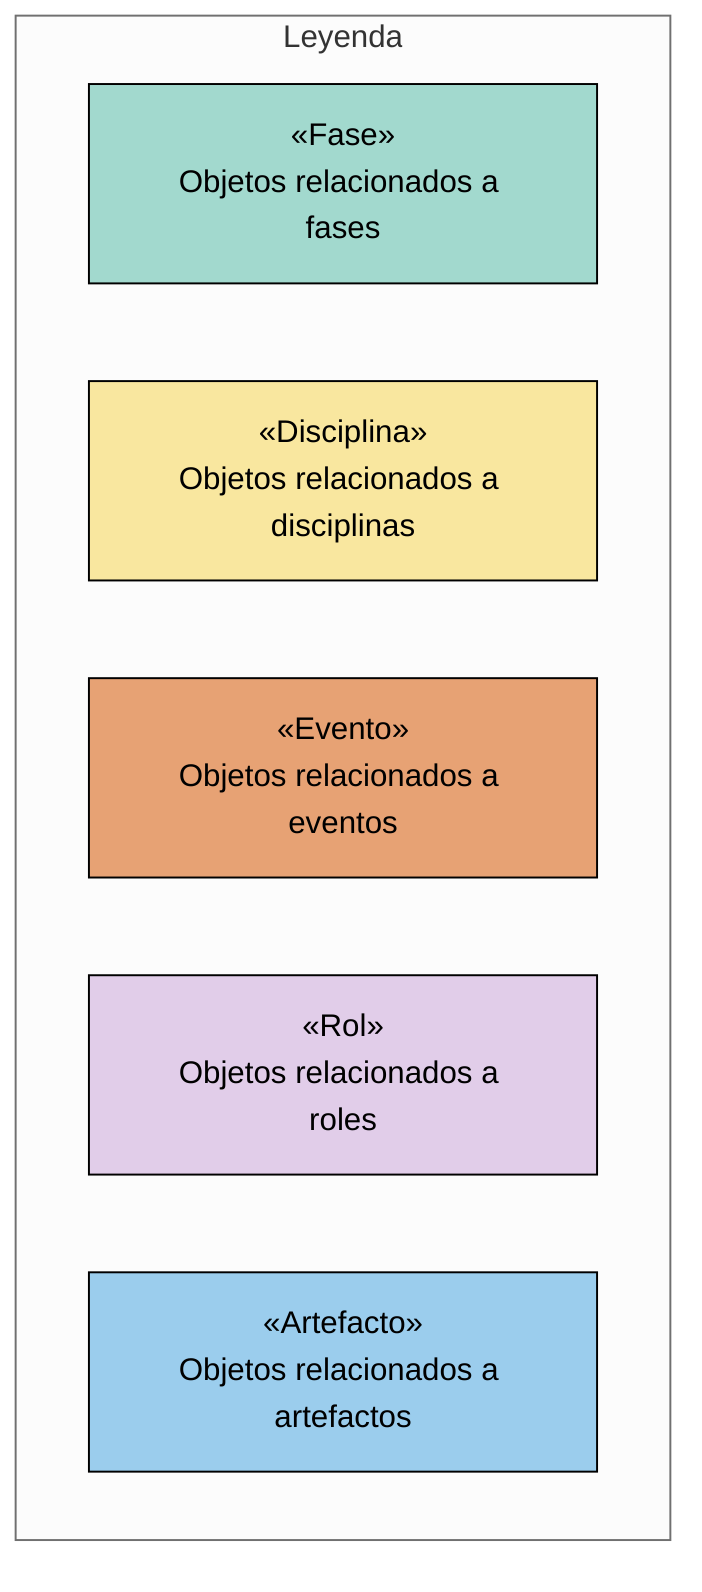
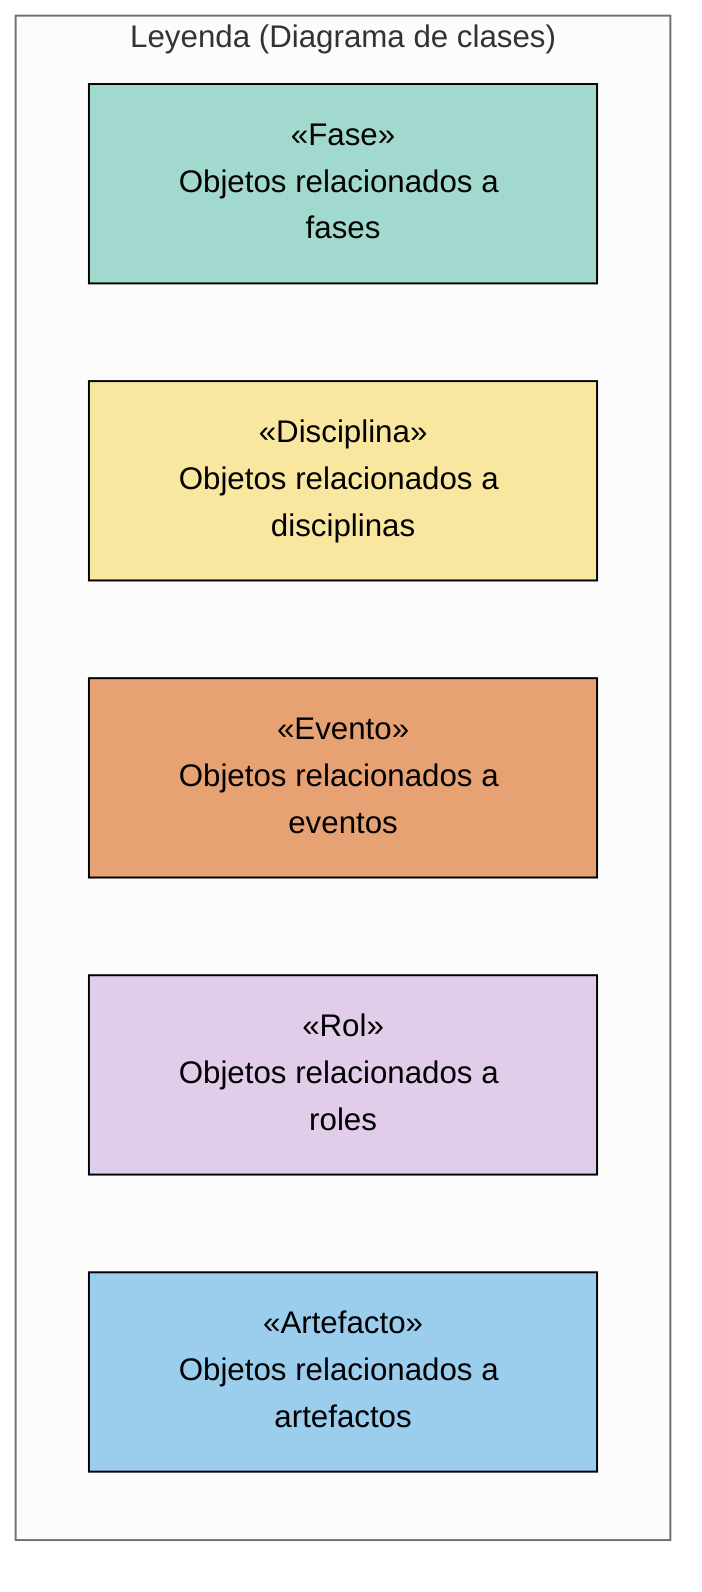
---
config:
    class:
        hideEmptyMembersBox: true
    theme: neutral
---
flowchart TB

- subgraph Leyenda
+ subgraph "Leyenda (Diagrama de clases)"
    Fase["«Fase»<br>Objetos relacionados a fases"]
    Disciplina["«Disciplina»<br>Objetos relacionados a disciplinas"]
    Evento["«Evento»<br>Objetos relacionados a eventos"]
    Rol["«Rol»<br>Objetos relacionados a roles"]
    Artefacto["«Artefacto»<br>Objetos relacionados a artefactos"]
end

classDef rol fill:#E1CDE9,stroke:Black,color:Black
classDef fase fill:#A2D9CE,stroke:Black,color:Black
classDef disciplina fill:#F9E79F,stroke:Black,color:Black
classDef evento fill:#E7A274,stroke:Black,color:Black
classDef artefacto fill:#9BCDED,stroke:Black,color:Black

class Rol rol
class Fase fase
class Disciplina disciplina
class Evento evento
class Artefacto artefacto